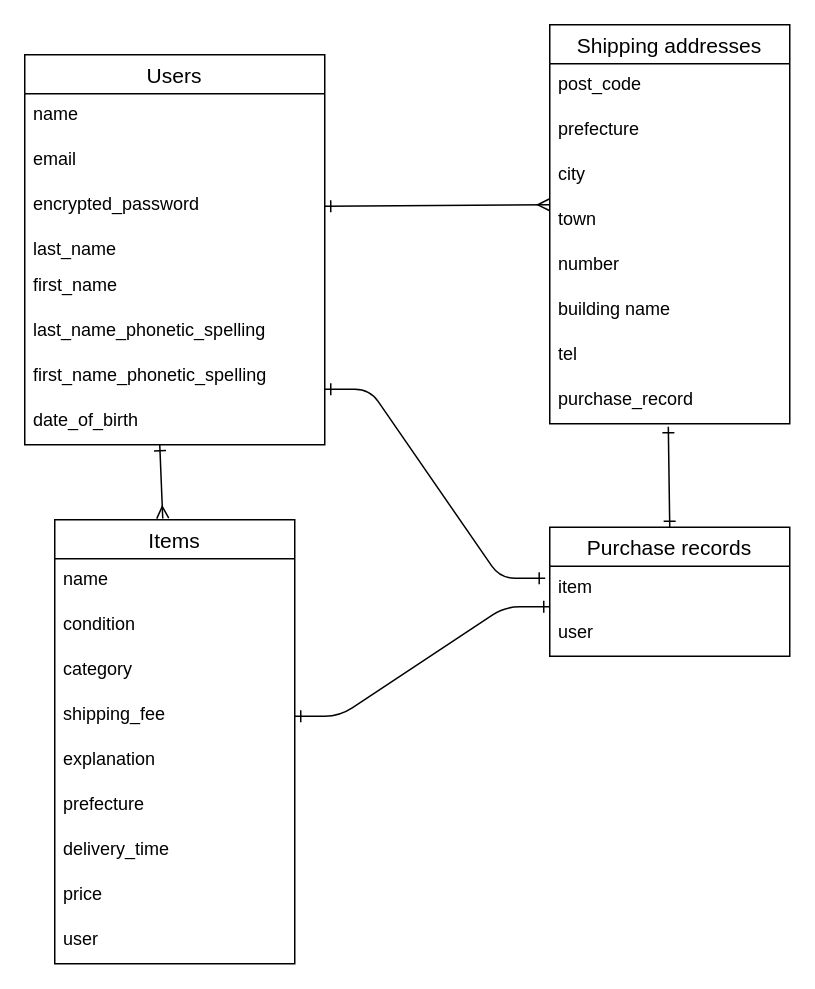
The draw.io diagram furima.dio in frmwkym/furima-40918, before the edit. Source tidied: cells renumbered, new cells numbered last; positions are measured from the earlier drawing's top-left corner, leaving out a move shared by most shapes. Both pictures are drawn from the tidied source at 150%, with x=0, y=0 at pixel (24, 24).
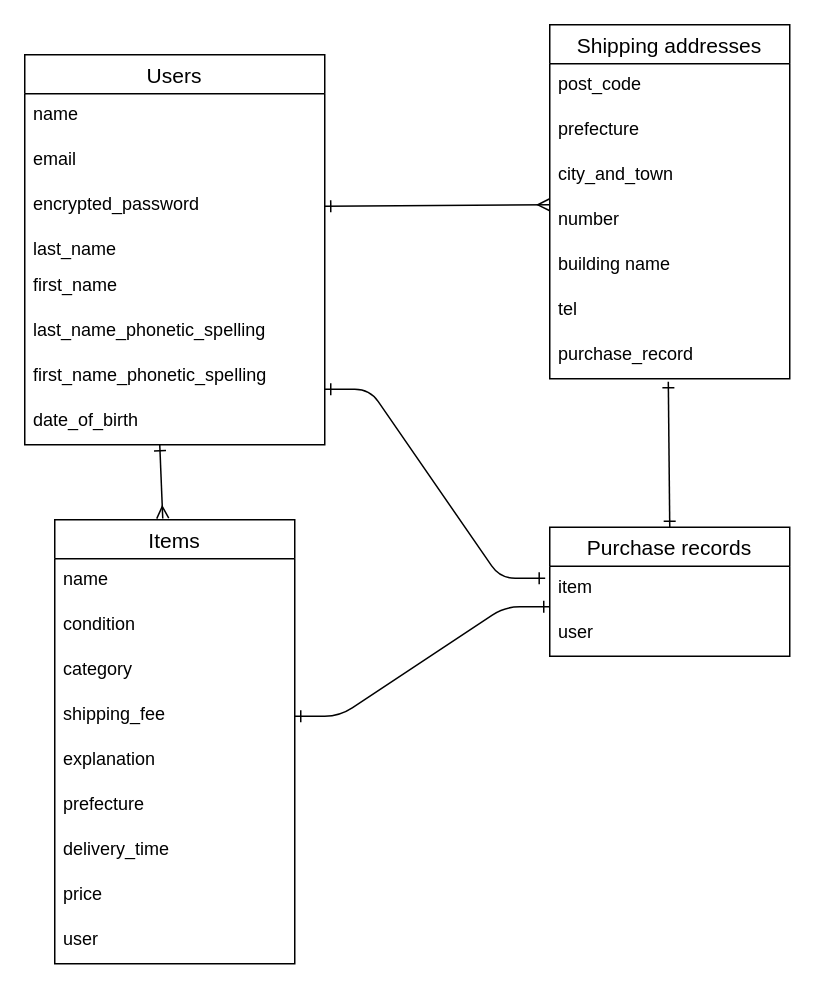
The same diagram, later.

Commit message (it also covers changes not shown here):
データベース設計6

Change to the diagram source:
```diff
@@
     <mxCell id="21" value="Shipping addresses" style="swimlane;fontStyle=0;horizontal=1;startSize=26;align=center;fontSize=14;" parent="1" vertex="1">
-      <mxGeometry x="350" width="160" height="266" as="geometry" />
+      <mxGeometry x="350" width="160" height="236" as="geometry" />
     </mxCell>
@@
-    <mxCell id="24" value="city" style="text;strokeColor=none;fillColor=none;spacingLeft=4;spacingRight=4;overflow=hidden;fontSize=12;" parent="21" vertex="1">
+    <mxCell id="24" value="city_and_town" style="text;strokeColor=none;fillColor=none;spacingLeft=4;spacingRight=4;overflow=hidden;fontSize=12;" parent="21" vertex="1">
       <mxGeometry y="86" width="160" height="30" as="geometry" />
     </mxCell>
-    <mxCell id="25" value="town" style="text;strokeColor=none;fillColor=none;spacingLeft=4;spacingRight=4;overflow=hidden;fontSize=12;" parent="21" vertex="1">
-      <mxGeometry y="116" width="160" height="30" as="geometry" />
-    </mxCell>
     <mxCell id="26" value="number" style="text;strokeColor=none;fillColor=none;spacingLeft=4;spacingRight=4;overflow=hidden;fontSize=12;" parent="21" vertex="1">
-      <mxGeometry y="146" width="160" height="30" as="geometry" />
+      <mxGeometry y="116" width="160" height="30" as="geometry" />
     </mxCell>
     <mxCell id="27" value="building name" style="text;strokeColor=none;fillColor=none;spacingLeft=4;spacingRight=4;overflow=hidden;fontSize=12;" parent="21" vertex="1">
-      <mxGeometry y="176" width="160" height="30" as="geometry" />
+      <mxGeometry y="146" width="160" height="30" as="geometry" />
     </mxCell>
     <mxCell id="28" value="tel" style="text;strokeColor=none;fillColor=none;spacingLeft=4;spacingRight=4;overflow=hidden;fontSize=12;" parent="21" vertex="1">
-      <mxGeometry y="206" width="160" height="30" as="geometry" />
+      <mxGeometry y="176" width="160" height="30" as="geometry" />
     </mxCell>
     <mxCell id="29" value="purchase_record" style="text;strokeColor=none;fillColor=none;spacingLeft=4;spacingRight=4;overflow=hidden;points=[[0,0.5],[1,0.5]];portConstraint=eastwest;fontSize=12;" parent="21" vertex="1">
-      <mxGeometry y="236" width="160" height="30" as="geometry" />
+      <mxGeometry y="206" width="160" height="30" as="geometry" />
     </mxCell>
```
